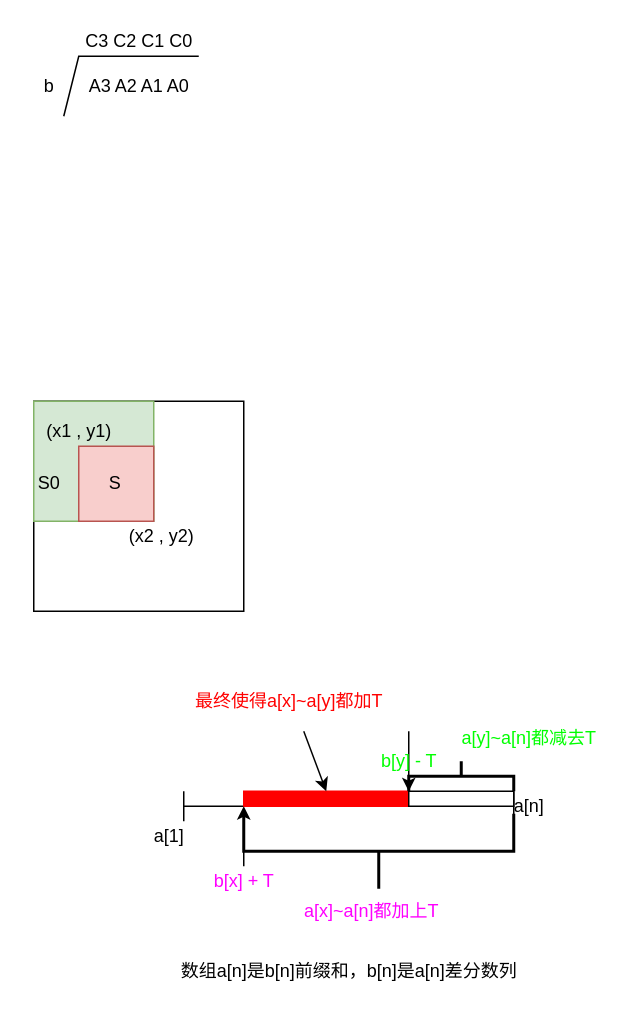
Above: Untitled Diagram.drawio in winnerlqy/Images (draw.io), before the change. Source tidied: cells renumbered, new cells numbered last; positions are measured from the earlier drawing's top-left corner, leaving out a move shared by most shapes. Both pictures are drawn from the tidied source at 150%, with x=0, y=0 at pixel (26, 26).
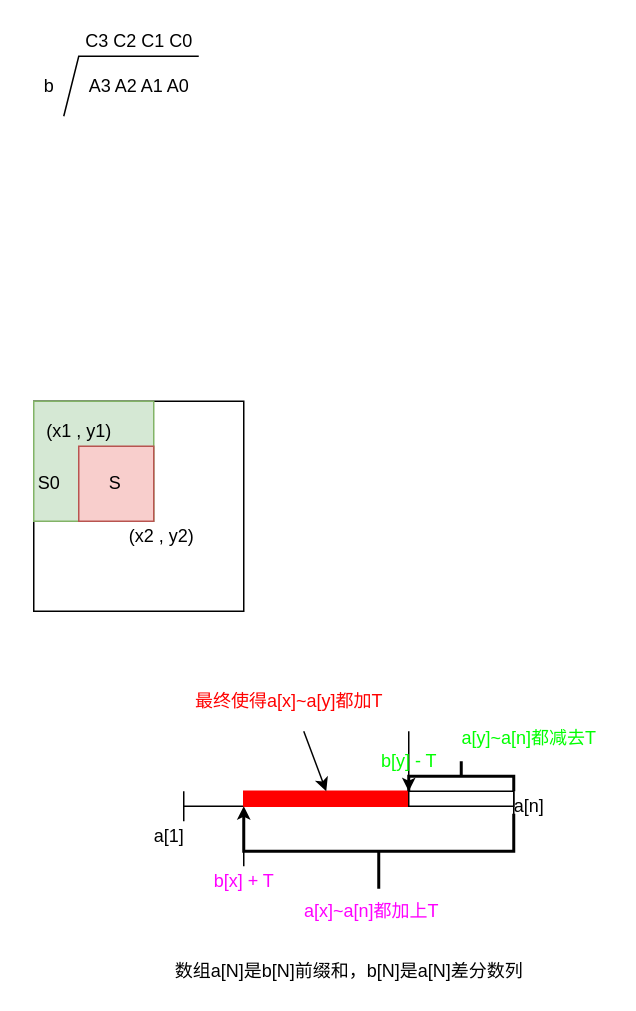
Above is the later version.

What changed in the source:
```diff
@@
-    <mxCell id="14" value="数组a[n]是b[n]前缀和，b[n]是a[n]差分数列" style="text;html=1;align=center;verticalAlign=middle;strokeColor=none;fillColor=none;" parent="1" vertex="1">
-      <mxGeometry x="95" y="620" width="240" height="20" as="geometry" />
+    <mxCell id="14" value="数组a[N]是b[N]前缀和，b[N]是a[N]差分数列" style="text;html=1;align=center;verticalAlign=middle;strokeColor=none;fillColor=none;" parent="1" vertex="1">
+      <mxGeometry x="90" y="620" width="250" height="20" as="geometry" />
     </mxCell>
```
